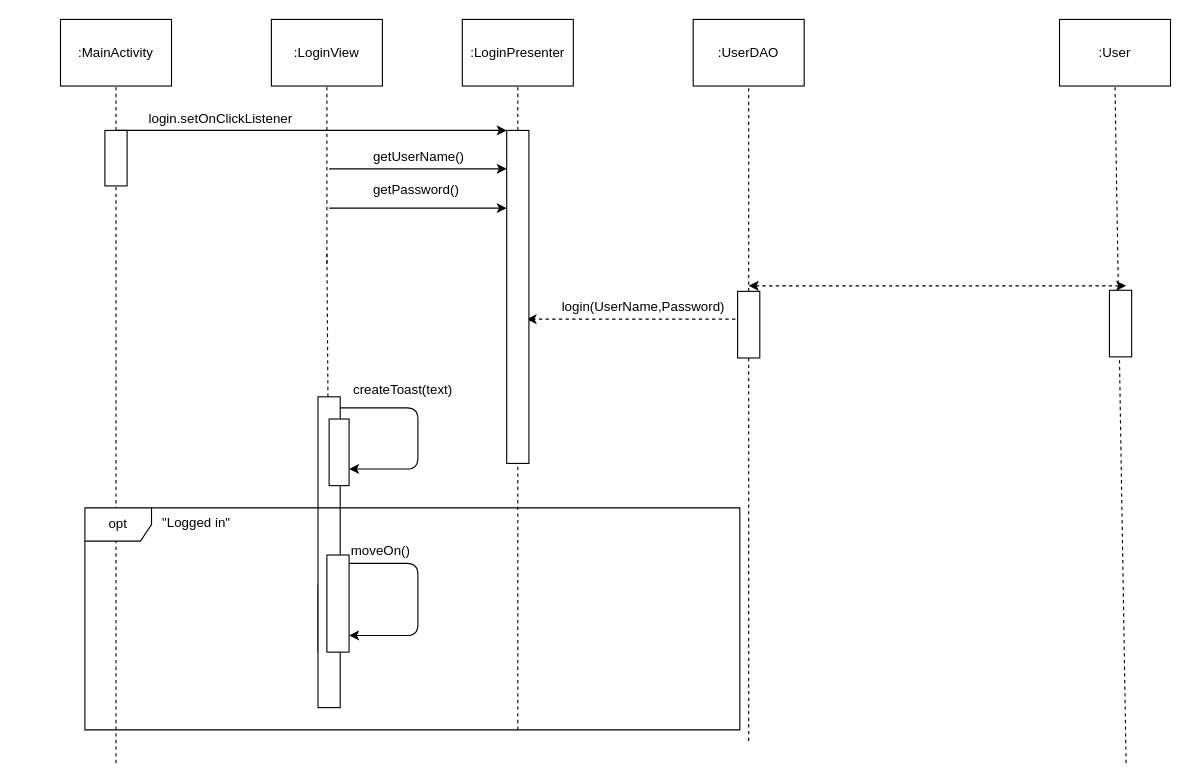
Before: R4_Diagrams/Sequence Diagrams/LoginSD.drawio in ntinouldinho/Parking-App, a draw.io diagram. Source tidied: cells renumbered, new cells numbered last; positions are measured from the earlier drawing's top-left corner, leaving out a move shared by most shapes. Both pictures are drawn from the tidied source at 111%, with x=0, y=0 at pixel (60, 19).
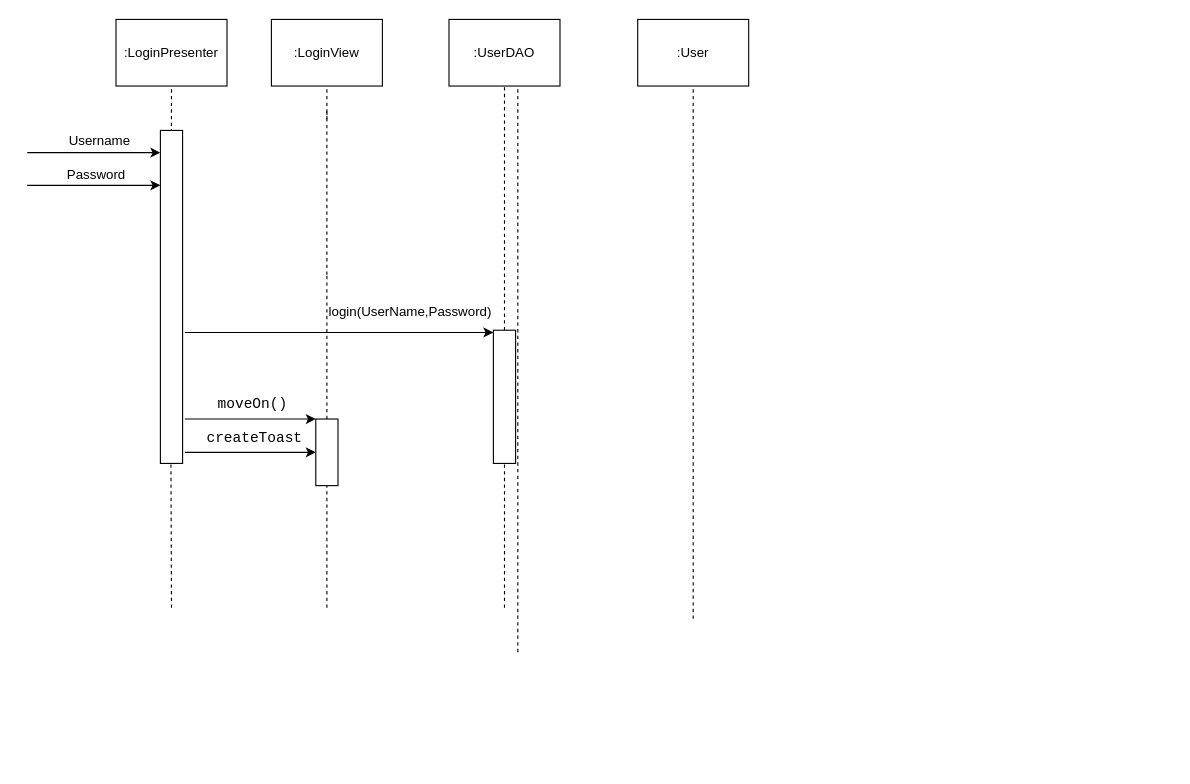
After the change.

Unchanged cells that the change refers to:
```xml
<mxCell id="6" value=":LoginView" style="rounded=0;whiteSpace=wrap;html=1;" parent="1" vertex="1">
  <mxGeometry x="190" width="100" height="60" as="geometry" />
</mxCell>
```

What changed in the source:
```diff
@@
-    <mxCell id="2" value=":MainActivity" style="rounded=0;whiteSpace=wrap;html=1;" parent="1" vertex="1">
-      <mxGeometry width="100" height="60" as="geometry" />
-    </mxCell>
-    <mxCell id="3" style="endArrow=none;dashed=1;html=1;entryX=0.5;entryY=1;entryDx=0;entryDy=0;" parent="1" edge="1" target="2">
-      <mxGeometry relative="1" as="geometry">
-        <mxPoint x="50" y="670" as="sourcePoint" />
-      </mxGeometry>
-    </mxCell>
-    <mxCell id="4" value=":LoginPresenter" style="rounded=0;whiteSpace=wrap;html=1;" parent="1" vertex="1">
-      <mxGeometry x="362" width="100" height="60" as="geometry" />
-    </mxCell>
-    <mxCell id="5" style="endArrow=none;dashed=1;html=1;entryX=0.5;entryY=1;entryDx=0;entryDy=0;" parent="1" edge="1" source="13" target="4">
-      <mxGeometry relative="1" as="geometry" />
+    <mxCell id="5" style="endArrow=none;dashed=1;html=1;entryX=0.5;entryY=1;entryDx=0;entryDy=0;" parent="1" edge="1">
+      <mxGeometry relative="1" as="geometry">
+        <mxPoint x="412" y="570" as="sourcePoint" />
+        <mxPoint x="412" y="60" as="targetPoint" />
+      </mxGeometry>
     </mxCell>
@@
     <mxCell id="7" style="endArrow=none;dashed=1;html=1;entryX=0.5;entryY=1;entryDx=0;entryDy=0;" parent="1" edge="1" target="6">
       <mxGeometry relative="1" as="geometry">
-        <mxPoint x="240" y="220" as="sourcePoint" />
+        <mxPoint x="240" y="90" as="sourcePoint" />
       </mxGeometry>
     </mxCell>
-    <mxCell id="8" style="endArrow=classic;html=1;entryX=0;entryY=0;entryDx=0;entryDy=0;" parent="1" edge="1" target="13">
-      <mxGeometry relative="1" as="geometry">
-        <mxPoint x="50" y="100" as="sourcePoint" />
-      </mxGeometry>
-    </mxCell>
-    <mxCell id="9" value="getUserName()" style="text;html=1;" parent="1" vertex="1">
-      <mxGeometry x="280" y="110" width="110" height="30" as="geometry" />
-    </mxCell>
-    <mxCell id="10" style="endArrow=classic;html=1;dashed=1;" parent="1" edge="1">
+    <mxCell id="10" style="endArrow=classic;html=1;exitX=1.1;exitY=0.607;exitDx=0;exitDy=0;exitPerimeter=0;" parent="1" edge="1" source="39">
       <mxGeometry relative="1" as="geometry">
-        <mxPoint x="620" y="270" as="sourcePoint" />
-        <mxPoint x="420" y="270" as="targetPoint" />
+        <mxPoint x="390" y="282" as="targetPoint" />
+        <Array as="points">
+          <mxPoint x="390" y="282" />
+        </Array>
       </mxGeometry>
     </mxCell>
     <mxCell id="11" value="login(UserName,Password)" style="text;html=1;" parent="1" vertex="1">
-      <mxGeometry x="450" y="245" width="40" height="30" as="geometry" />
+      <mxGeometry x="240" y="250" width="40" height="30" as="geometry" />
     </mxCell>
-    <mxCell id="12" style="rounded=0;whiteSpace=wrap;html=1;" parent="1" vertex="1">
-      <mxGeometry x="40" y="100" width="20" height="50" as="geometry" />
-    </mxCell>
-    <mxCell id="13" style="rounded=0;whiteSpace=wrap;html=1;" parent="1" vertex="1">
-      <mxGeometry x="402" y="100" width="20" height="300" as="geometry" />
-    </mxCell>
-    <mxCell id="14" style="endArrow=none;dashed=1;html=1;entryX=0.5;entryY=1;entryDx=0;entryDy=0;" parent="1" edge="1" target="13">
+    <mxCell id="14" style="endArrow=none;dashed=1;html=1;entryX=0.5;entryY=1;entryDx=0;entryDy=0;" parent="1" edge="1" target="4">
       <mxGeometry relative="1" as="geometry">
-        <mxPoint x="412" y="640" as="sourcePoint" />
+        <mxPoint x="99.5" y="300" as="sourcePoint" />
       </mxGeometry>
     </mxCell>
-    <mxCell id="15" style="endArrow=none;dashed=1;html=1;entryX=0.5;entryY=1;entryDx=0;entryDy=0;" parent="1" edge="1" source="30">
+    <mxCell id="15" style="endArrow=none;dashed=1;html=1;" parent="1" edge="1">
       <mxGeometry relative="1" as="geometry">
-        <mxPoint x="240" y="210" as="targetPoint" />
+        <mxPoint x="240" y="230" as="sourcePoint" />
+        <mxPoint x="240" y="80" as="targetPoint" />
       </mxGeometry>
     </mxCell>
     <mxCell id="16" value=":User" style="rounded=0;whiteSpace=wrap;html=1;" parent="1" vertex="1">
-      <mxGeometry x="900" width="100" height="60" as="geometry" />
+      <mxGeometry x="520" width="100" height="60" as="geometry" />
     </mxCell>
     <mxCell id="17" style="endArrow=none;dashed=1;html=1;entryX=0.5;entryY=1;entryDx=0;entryDy=0;" parent="1" edge="1" target="16">
       <mxGeometry relative="1" as="geometry">
-        <mxPoint x="960" y="670" as="sourcePoint" />
+        <mxPoint x="570" y="540" as="sourcePoint" />
       </mxGeometry>
     </mxCell>
     <mxCell id="18" value=":UserDAO" style="rounded=0;whiteSpace=wrap;html=1;" parent="1" vertex="1">
-      <mxGeometry x="570" width="100" height="60" as="geometry" />
+      <mxGeometry x="350" width="100" height="60" as="geometry" />
     </mxCell>
@@
-    <mxCell id="20" style="endArrow=classic;startArrow=classic;html=1;dashed=1;" parent="1" edge="1">
-      <mxGeometry relative="1" as="geometry">
-        <mxPoint x="620" y="240" as="sourcePoint" />
-        <mxPoint x="960" y="240" as="targetPoint" />
-      </mxGeometry>
-    </mxCell>
-    <mxCell id="21" value="getPassword()" style="text;html=1;" parent="1" vertex="1">
-      <mxGeometry x="280" y="140" width="110" height="30" as="geometry" />
-    </mxCell>
     <mxCell id="22" style="rounded=0;whiteSpace=wrap;html=1;" parent="1" vertex="1">
-      <mxGeometry x="610" y="245" width="20" height="60" as="geometry" />
+      <mxGeometry x="390" y="280" width="20" height="120" as="geometry" />
     </mxCell>
     <mxCell id="23" style="endArrow=none;dashed=1;html=1;entryX=0.5;entryY=1;entryDx=0;entryDy=0;" parent="1" edge="1" target="22">
       <mxGeometry relative="1" as="geometry">
-        <mxPoint x="620" y="650" as="sourcePoint" />
+        <mxPoint x="400" y="530" as="sourcePoint" />
       </mxGeometry>
     </mxCell>
-    <mxCell id="24" style="rounded=0;whiteSpace=wrap;html=1;" parent="1" vertex="1">
-      <mxGeometry x="945" y="244" width="20" height="60" as="geometry" />
-    </mxCell>
-    <mxCell id="25" value="&quot;Logged in&quot;" style="text;html=1;" parent="1" vertex="1">
-      <mxGeometry x="90" y="440" width="90" height="30" as="geometry" />
-    </mxCell>
-    <mxCell id="26" style="endArrow=classic;html=1;entryX=1;entryY=0.75;entryDx=0;entryDy=0;" parent="1" edge="1" target="31">
-      <mxGeometry relative="1" as="geometry">
-        <mxPoint x="242" y="350" as="sourcePoint" />
-        <Array as="points">
-          <mxPoint x="322" y="350" />
-          <mxPoint x="322" y="405" />
-        </Array>
-      </mxGeometry>
-    </mxCell>
-    <mxCell id="27" value="createToast(text)" style="text;html=1;" parent="1" vertex="1">
-      <mxGeometry x="262" y="320" width="110" height="30" as="geometry" />
-    </mxCell>
-    <mxCell id="28" style="rounded=0;whiteSpace=wrap;html=1;" parent="1" vertex="1">
-      <mxGeometry x="232" y="510" width="20" height="60" as="geometry" />
-    </mxCell>
+    <mxCell id="38" style="endArrow=classic;html=1;" parent="1" edge="1">
+      <mxGeometry relative="1" as="geometry">
+        <mxPoint x="-30" y="120" as="sourcePoint" />
+        <mxPoint x="90" y="120" as="targetPoint" />
+      </mxGeometry>
+    </mxCell>
+    <mxCell id="4" value=":LoginPresenter" style="rounded=0;whiteSpace=wrap;html=1;" parent="1" vertex="1">
+      <mxGeometry x="50" width="100" height="60" as="geometry" />
+    </mxCell>
+    <mxCell id="39" style="rounded=0;whiteSpace=wrap;html=1;" parent="1" vertex="1">
+      <mxGeometry x="90" y="100" width="20" height="300" as="geometry" />
+    </mxCell>
+    <mxCell id="40" style="endArrow=none;dashed=1;html=1;entryX=0.5;entryY=1;entryDx=0;entryDy=0;" parent="1" edge="1" source="46">
+      <mxGeometry relative="1" as="geometry">
+        <mxPoint x="240" y="230" as="targetPoint" />
+      </mxGeometry>
+    </mxCell>
+    <mxCell id="41" style="endArrow=none;dashed=1;html=1;entryX=0.5;entryY=1;entryDx=0;entryDy=0;" parent="1" edge="1">
+      <mxGeometry relative="1" as="geometry">
+        <mxPoint x="100" y="530" as="sourcePoint" />
+        <mxPoint x="99.5" y="400" as="targetPoint" />
+      </mxGeometry>
+    </mxCell>
+    <mxCell id="42" style="endArrow=classic;html=1;" parent="1" edge="1">
+      <mxGeometry relative="1" as="geometry">
+        <mxPoint x="-30" y="149.5" as="sourcePoint" />
+        <mxPoint x="90" y="149.5" as="targetPoint" />
+      </mxGeometry>
+    </mxCell>
+    <mxCell id="43" value="Username" style="text;html=1;align=center;verticalAlign=middle;" parent="1" vertex="1">
+      <mxGeometry y="100" width="70" height="20" as="geometry" />
+    </mxCell>
+    <mxCell id="44" value="Password" style="text;html=1;align=center;verticalAlign=middle;" parent="1" vertex="1">
+      <mxGeometry x="-3" y="130" width="70" height="20" as="geometry" />
+    </mxCell>
+    <mxCell id="45" style="endArrow=classic;html=1;entryX=0;entryY=0;entryDx=0;entryDy=0;" parent="1" edge="1" target="46">
+      <mxGeometry relative="1" as="geometry">
+        <mxPoint x="112" y="360" as="sourcePoint" />
+      </mxGeometry>
+    </mxCell>
-    <mxCell id="29" value="moveOn()" style="text;html=1;" parent="1" vertex="1">
-      <mxGeometry x="260" y="465" width="110" height="30" as="geometry" />
+    <mxCell id="29" value="&lt;pre style=&quot;font-family: &amp;#34;consolas&amp;#34; ; font-size: 9.8pt&quot;&gt;moveOn()&lt;/pre&gt;" style="text;whiteSpace=wrap;html=1;" parent="1" vertex="1">
+      <mxGeometry x="140" y="320" width="80" height="60" as="geometry" />
     </mxCell>
-    <mxCell id="30" style="rounded=0;whiteSpace=wrap;html=1;" parent="1" vertex="1">
-      <mxGeometry x="232" y="340" width="20" height="280" as="geometry" />
-    </mxCell>
-    <mxCell id="31" style="rounded=0;whiteSpace=wrap;html=1;" parent="1" vertex="1">
-      <mxGeometry x="242" y="360" width="18" height="60" as="geometry" />
-    </mxCell>
-    <mxCell id="32" style="rounded=0;whiteSpace=wrap;html=1;" parent="1" vertex="1">
-      <mxGeometry x="240" y="482.5" width="20" height="87.5" as="geometry" />
-    </mxCell>
-    <mxCell id="33" style="endArrow=classic;html=1;" parent="1" edge="1">
-      <mxGeometry relative="1" as="geometry">
-        <mxPoint x="260" y="490" as="sourcePoint" />
-        <mxPoint x="260" y="555" as="targetPoint" />
-        <Array as="points">
-          <mxPoint x="322" y="490" />
-          <mxPoint x="322" y="555" />
-        </Array>
-      </mxGeometry>
-    </mxCell>
-    <mxCell id="34" value="opt" style="shape=umlFrame;whiteSpace=wrap;html=1;" parent="1" vertex="1">
-      <mxGeometry x="22" y="440" width="590" height="200" as="geometry" />
-    </mxCell>
-    <mxCell id="35" value="login.setOnClickListener" style="text;html=1;align=center;verticalAlign=middle;" parent="1" vertex="1">
-      <mxGeometry x="74" y="80" width="140" height="20" as="geometry" />
-    </mxCell>
-    <mxCell id="36" style="endArrow=classic;html=1;" parent="1" edge="1">
-      <mxGeometry relative="1" as="geometry">
-        <mxPoint x="242" y="134.6" as="sourcePoint" />
-        <mxPoint x="402" y="134.6" as="targetPoint" />
-      </mxGeometry>
-    </mxCell>
-    <mxCell id="37" style="endArrow=classic;html=1;" parent="1" edge="1">
-      <mxGeometry relative="1" as="geometry">
-        <mxPoint x="242" y="170" as="sourcePoint" />
-        <mxPoint x="402" y="170" as="targetPoint" />
-      </mxGeometry>
-    </mxCell>
+    <mxCell id="46" style="rounded=0;whiteSpace=wrap;html=1;" parent="1" vertex="1">
+      <mxGeometry x="230" y="360" width="20" height="60" as="geometry" />
+    </mxCell>
+    <mxCell id="47" style="endArrow=none;dashed=1;html=1;entryX=0.5;entryY=1;entryDx=0;entryDy=0;" parent="1" edge="1" target="46">
+      <mxGeometry relative="1" as="geometry">
+        <mxPoint x="240" y="530" as="sourcePoint" />
+      </mxGeometry>
+    </mxCell>
+    <mxCell id="48" style="endArrow=classic;html=1;" parent="1" edge="1">
+      <mxGeometry relative="1" as="geometry">
+        <mxPoint x="112" y="390" as="sourcePoint" />
+        <mxPoint x="230" y="390" as="targetPoint" />
+      </mxGeometry>
+    </mxCell>
+    <mxCell id="49" value="&lt;pre style=&quot;font-family: &amp;#34;consolas&amp;#34; ; font-size: 9.8pt&quot;&gt;createToast&lt;/pre&gt;" style="text;whiteSpace=wrap;html=1;" parent="1" vertex="1">
+      <mxGeometry x="130" y="350" width="100" height="60" as="geometry" />
+    </mxCell>
```
